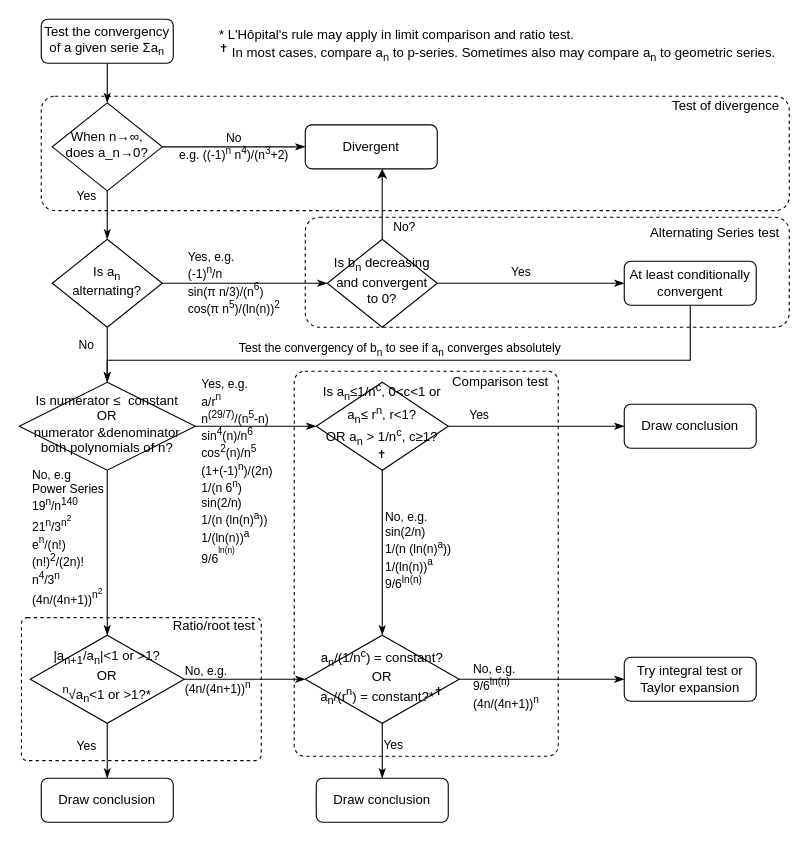
Above: convergency_testings.drawio in lemonci/notes (draw.io), before the change. Source tidied: cells renumbered, new cells numbered last; positions are measured from the earlier drawing's top-left corner, leaving out a move shared by most shapes. Both pictures are drawn from the tidied source at 110%, with x=0, y=0 at pixel (19, 19).
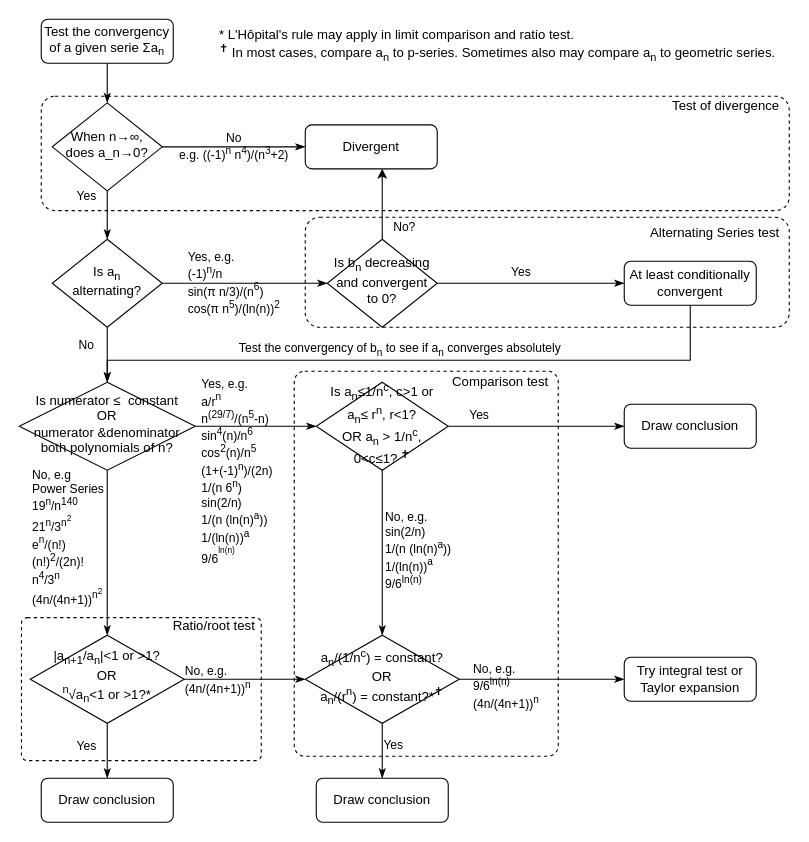
The same diagram, later.

Commit message:
Correct p series comparison

Change to the diagram source:
```diff
@@
-    <mxCell id="33" value="&lt;div&gt;Is a&lt;sub&gt;n&lt;/sub&gt;≤1/n&lt;sup&gt;c&lt;/sup&gt;, 0&amp;lt;c&amp;lt;1 or a&lt;sub&gt;n&lt;/sub&gt;≤ r&lt;sup&gt;n&lt;/sup&gt;, r&amp;lt;1?&lt;/div&gt;&lt;div&gt;OR a&lt;sub&gt;n&lt;/sub&gt; &amp;gt; 1/n&lt;sup&gt;c&lt;/sup&gt;, c≥1?&lt;sup&gt; ✝&lt;/sup&gt;&lt;/div&gt;" style="rhombus;whiteSpace=wrap;html=1;shadow=0;fontFamily=Helvetica;fontSize=12;align=center;strokeWidth=1;spacing=6;spacingTop=-4;labelBackgroundColor=none;fillColor=none;" parent="1" vertex="1">
+    <mxCell id="33" value="&lt;div&gt;Is a&lt;sub&gt;n&lt;/sub&gt;≤1/n&lt;sup&gt;c&lt;/sup&gt;, c&amp;gt;1 or a&lt;sub&gt;n&lt;/sub&gt;≤ r&lt;sup&gt;n&lt;/sup&gt;, r&amp;lt;1?&lt;/div&gt;&lt;div&gt;OR a&lt;sub&gt;n&lt;/sub&gt; &amp;gt; 1/n&lt;sup&gt;c&lt;/sup&gt;, 0&amp;lt;c≤1?&lt;sup&gt; ✝&lt;/sup&gt;&lt;/div&gt;" style="rhombus;whiteSpace=wrap;html=1;shadow=0;fontFamily=Helvetica;fontSize=12;align=center;strokeWidth=1;spacing=6;spacingTop=-4;labelBackgroundColor=none;fillColor=none;" parent="1" vertex="1">
       <mxGeometry x="270" y="330" width="120" height="80" as="geometry" />
     </mxCell>
```
